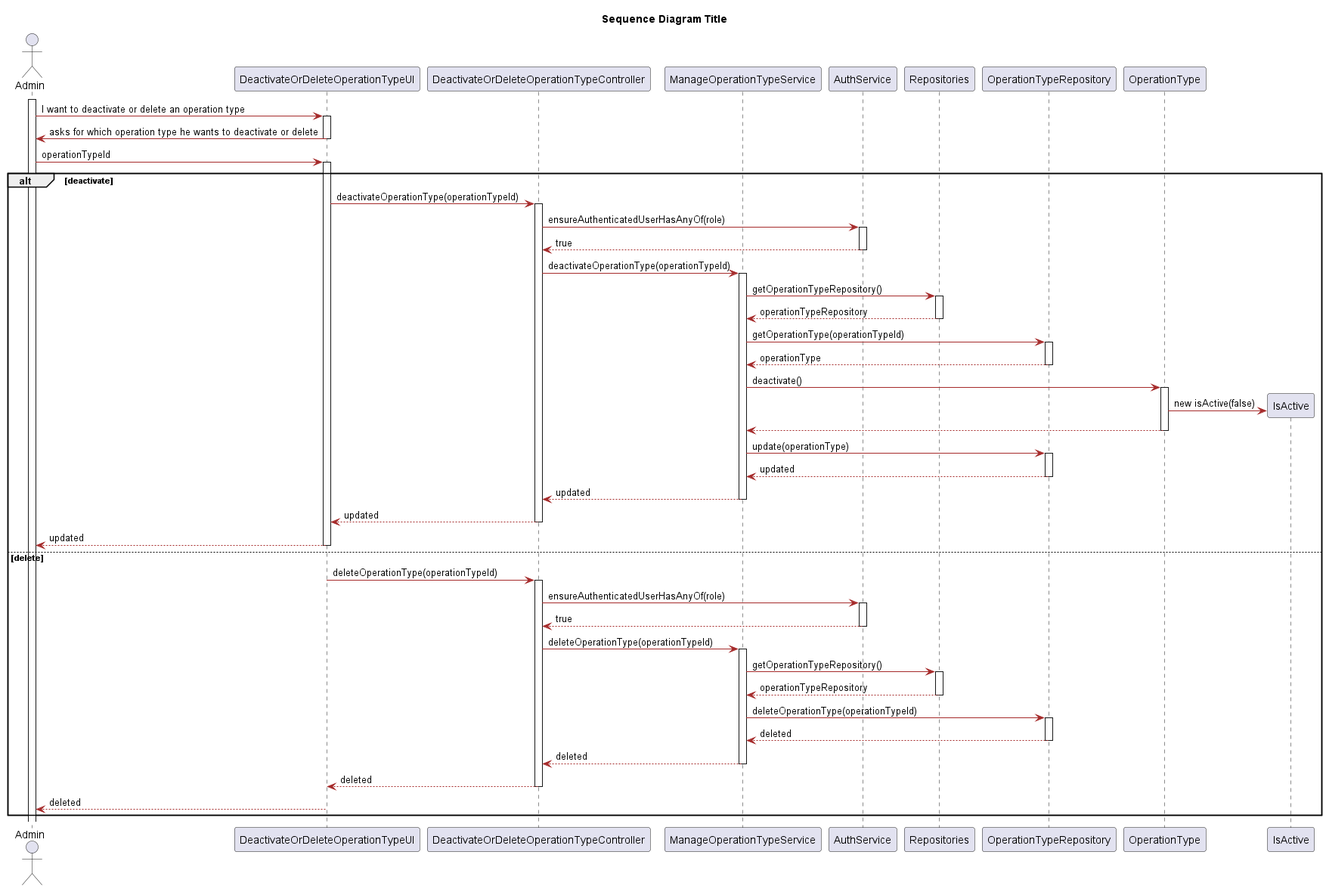
Earlier version of the PlantUML export Docs/Sprint1/UserStories/LAPR5/us5122/design/png/sequence-diagram.png (LAPR5-043/sem_5_24_25_043). The source it was exported from:
```plantuml
@startuml
title Sequence Diagram Title
skinparam classAttributeIconSize 0

skinparam class {
    LifeLineBorderColor DodgerBlue
    LifeLineBackgroundColor APPLICATION
    BackgroundColor LemonChiffon
    ArrowColor Brown
    BorderColor SaddleBrown
}

skinparam packageStyle rectangle

skinparam card {
    LifeLineBorderColor DodgerBlue
    LifeLineBackgroundColor APPLICATION
    BackgroundColor LemonChiffon
    ArrowColor Brown
    BorderColor SaddleBrown
}

actor Admin
participant "DeactivateOrDeleteOperationTypeUI" as UI
participant "DeactivateOrDeleteOperationTypeController" as Controller
participant "ManageOperationTypeService" as operationS
participant "AuthService" as auth
participant "Repositories" as Repositories
participant "OperationTypeRepository" as operationTypeR
participant "OperationType" as operationType
participant "IsActive" as isActive

activate Admin
Admin -> UI: I want to deactivate or delete an operation type
activate UI
UI -> Admin: asks for which operation type he wants to deactivate or delete

deactivate UI
Admin -> UI: operationTypeId
activate UI
alt deactivate
    UI -> Controller: deactivateOperationType(operationTypeId)
    activate Controller
    Controller -> auth: ensureAuthenticatedUserHasAnyOf(role)
    activate auth
    auth --> Controller:  true
    deactivate auth
    Controller -> operationS : deactivateOperationType(operationTypeId)
    activate operationS
    operationS -> Repositories : getOperationTypeRepository()
    activate Repositories
    Repositories --> operationS : operationTypeRepository
    deactivate Repositories
    operationS -> operationTypeR : getOperationType(operationTypeId)
    activate operationTypeR
    operationTypeR --> operationS : operationType
    deactivate operationTypeR
    operationS -> operationType : deactivate()
    activate operationType
    operationType -> isActive** : new isActive(false)
    operationType--> operationS
    deactivate operationType
    operationS -> operationTypeR : update(operationType)
    activate operationTypeR
    operationTypeR --> operationS : updated
    deactivate operationTypeR
    operationS --> Controller: updated
    deactivate operationS
    Controller --> UI: updated
    deactivate Controller
    UI --> Admin: updated
    deactivate UI

else    delete
    UI -> Controller: deleteOperationType(operationTypeId)
    activate Controller
    Controller -> auth: ensureAuthenticatedUserHasAnyOf(role)
    activate auth
    auth --> Controller:  true
    deactivate auth
    Controller -> operationS : deleteOperationType(operationTypeId)
    activate operationS
    operationS -> Repositories : getOperationTypeRepository()
    activate Repositories
    Repositories --> operationS : operationTypeRepository
    deactivate Repositories
    operationS -> operationTypeR : deleteOperationType(operationTypeId)
    activate operationTypeR
    operationTypeR --> operationS : deleted
    deactivate operationTypeR
    operationS --> Controller: deleted
    deactivate operationS
    Controller --> UI: deleted
    deactivate Controller
    UI --> Admin: deleted
    deactivate UI



end












@enduml
```
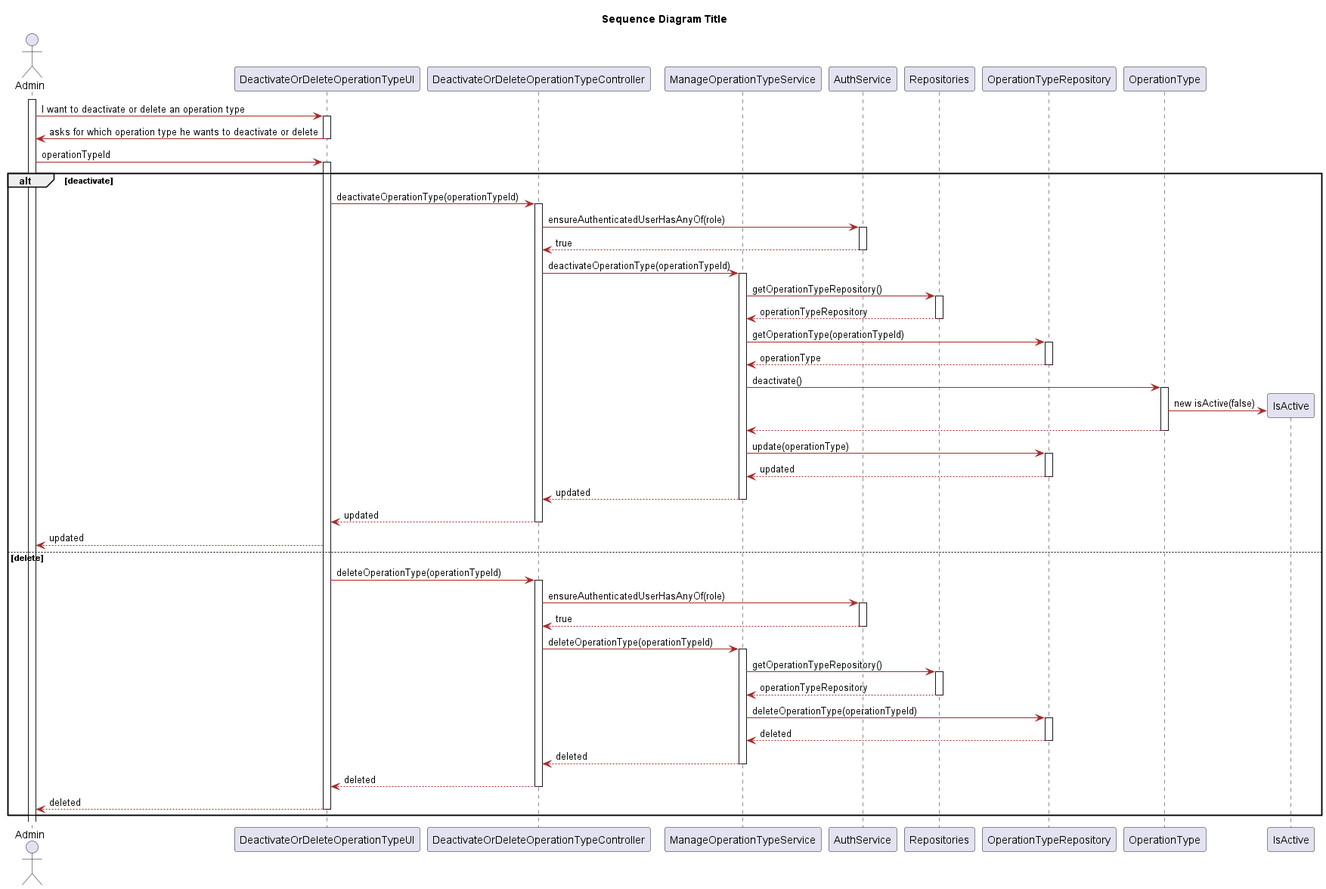
Later version of the same file.

The edit, as a diff of the source:
```diff
@@ -69,7 +69,7 @@
     Controller --> UI: updated
     deactivate Controller
     UI --> Admin: updated
-    deactivate UI
+
 
 else    delete
     UI -> Controller: deleteOperationType(operationTypeId)
```
